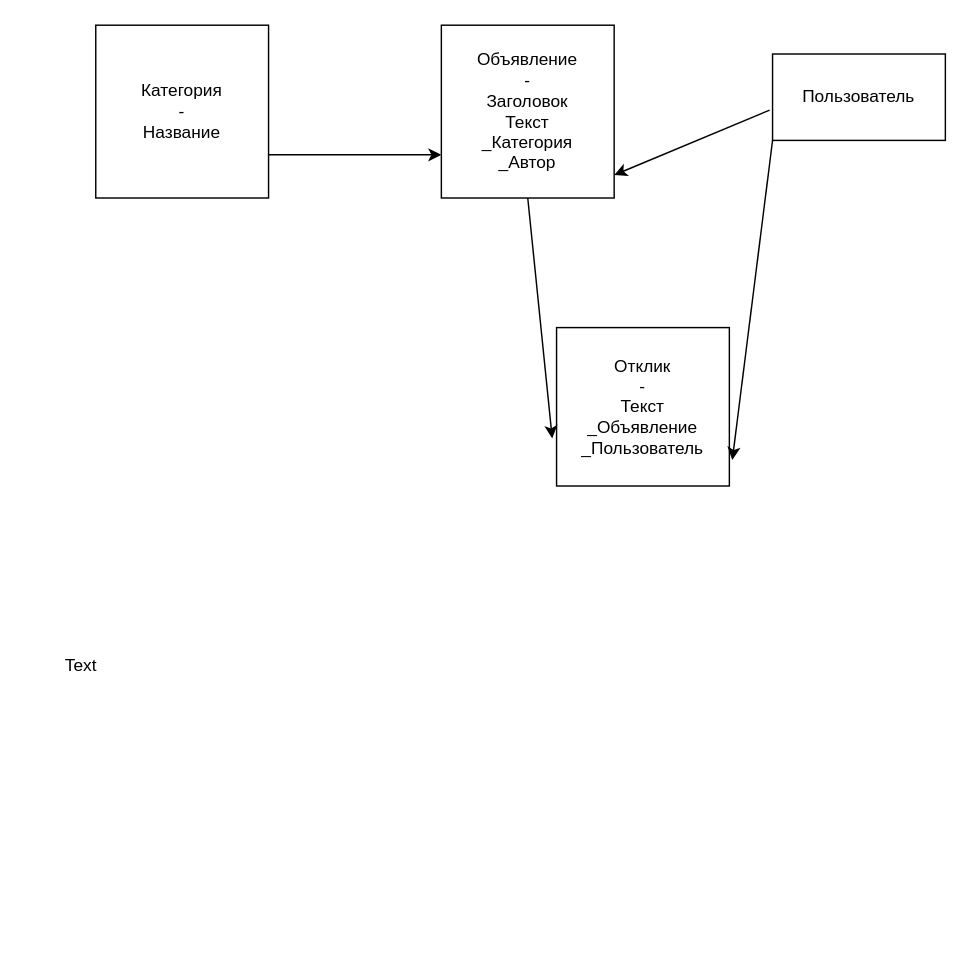
Above: SF_D_16_Callboard_Models.drawio in ctulhufromrlieh/SF_D_16_CallBoard (draw.io), before the change. Source tidied: cells renumbered, new cells numbered last; positions are measured from the earlier drawing's top-left corner, leaving out a move shared by most shapes. Both pictures are drawn from the tidied source at 144%, with x=0, y=0 at pixel (37, 24).
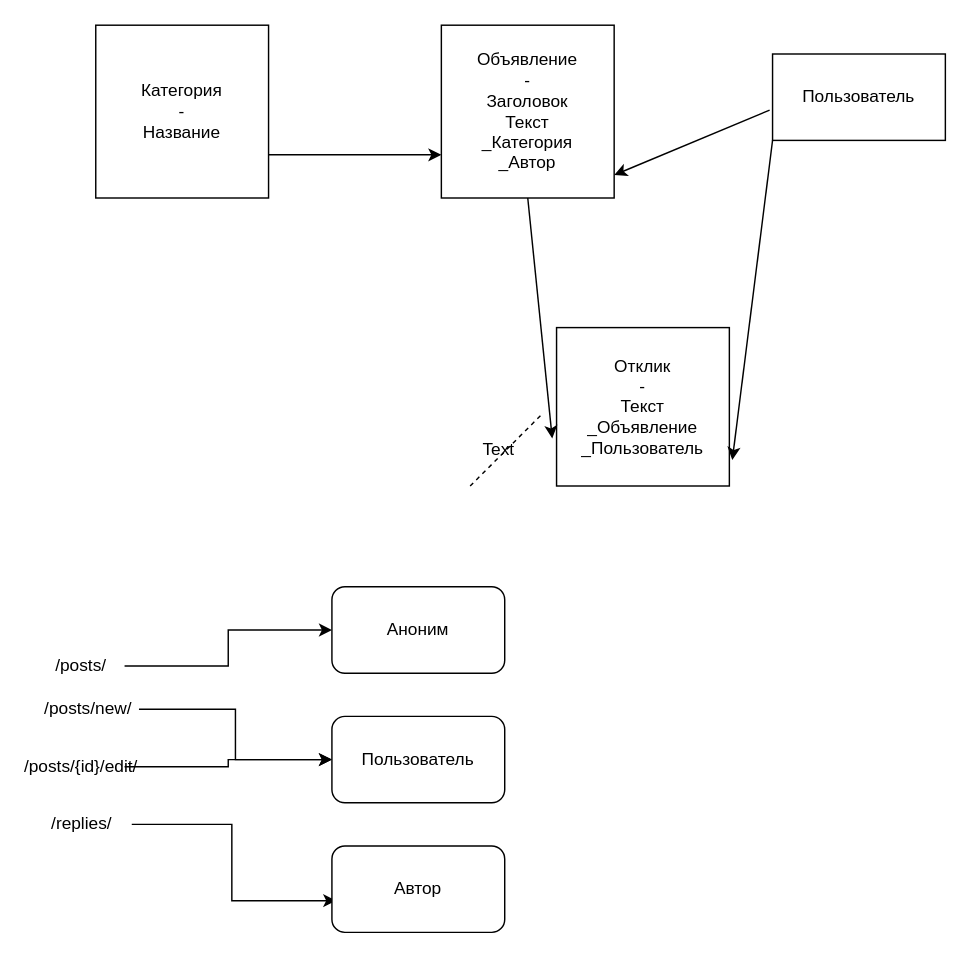
The same diagram, later.

Change to the diagram source:
```diff
@@
+    <mxCell id="11" style="edgeStyle=orthogonalEdgeStyle;rounded=0;jettySize=auto;html=1;entryX=0;entryY=0.5;entryDx=0;entryDy=0;" parent="1" edge="1" source="10" target="19">
+      <mxGeometry relative="1" as="geometry" />
+    </mxCell>
-    <mxCell id="10" value="Text" style="text;html=1;strokeColor=none;fillColor=none;align=center;verticalAlign=middle;whiteSpace=wrap;rounded=0;" parent="1" vertex="1">
+    <mxCell id="10" value="/posts/" style="text;html=1;strokeColor=none;fillColor=none;align=center;verticalAlign=middle;whiteSpace=wrap;rounded=0;" parent="1" vertex="1">
       <mxGeometry y="430" width="60" height="30" as="geometry" />
     </mxCell>
+    <mxCell id="12" value="Text" style="text;html=1;strokeColor=none;fillColor=none;align=center;verticalAlign=middle;whiteSpace=wrap;rounded=0;" parent="1" vertex="1">
+      <mxGeometry x="290" y="280" width="60" height="30" as="geometry" />
+    </mxCell>
+    <mxCell id="13" style="edgeStyle=orthogonalEdgeStyle;rounded=0;jettySize=auto;html=1;entryX=0.025;entryY=0.633;entryDx=0;entryDy=0;entryPerimeter=0;" parent="1" edge="1" source="14" target="21">
+      <mxGeometry relative="1" as="geometry" />
+    </mxCell>
+    <mxCell id="14" value="/replies/" style="text;html=1;align=center;verticalAlign=middle;points=[];strokeColor=none;fillColor=none;" parent="1" vertex="1">
+      <mxGeometry x="-5" y="540" width="70" height="30" as="geometry" />
+    </mxCell>
+    <mxCell id="15" style="edgeStyle=orthogonalEdgeStyle;rounded=0;jettySize=auto;html=1;entryX=0;entryY=0.5;entryDx=0;entryDy=0;" parent="1" edge="1" source="16" target="20">
+      <mxGeometry relative="1" as="geometry" />
+    </mxCell>
+    <mxCell id="16" value="/posts/new/" style="text;html=1;strokeColor=none;fillColor=none;align=center;verticalAlign=middle;whiteSpace=wrap;rounded=0;" parent="1" vertex="1">
+      <mxGeometry y="460" width="70" height="30" as="geometry" />
+    </mxCell>
+    <mxCell id="17" style="edgeStyle=orthogonalEdgeStyle;rounded=0;jettySize=auto;html=1;entryX=0;entryY=0.5;entryDx=0;entryDy=0;" parent="1" edge="1" source="18" target="20">
+      <mxGeometry relative="1" as="geometry" />
+    </mxCell>
+    <mxCell id="18" value="/posts/{id}/edit/" style="text;html=1;strokeColor=none;fillColor=none;align=center;verticalAlign=middle;whiteSpace=wrap;rounded=0;" parent="1" vertex="1">
+      <mxGeometry y="500" width="60" height="30" as="geometry" />
+    </mxCell>
+    <mxCell id="19" value="Аноним" style="rounded=1;whiteSpace=wrap;html=1;" parent="1" vertex="1">
+      <mxGeometry x="204" y="390" width="120" height="60" as="geometry" />
+    </mxCell>
+    <mxCell id="20" value="Пользователь" style="rounded=1;whiteSpace=wrap;html=1;" parent="1" vertex="1">
+      <mxGeometry x="204" y="480" width="120" height="60" as="geometry" />
+    </mxCell>
+    <mxCell id="21" value="Автор" style="rounded=1;whiteSpace=wrap;html=1;" parent="1" vertex="1">
+      <mxGeometry x="204" y="570" width="120" height="60" as="geometry" />
+    </mxCell>
+    <mxCell id="22" style="endArrow=none;dashed=1;html=1;rounded=0;" parent="1" edge="1">
+      <mxGeometry relative="1" as="geometry">
+        <mxPoint x="300" y="320" as="sourcePoint" />
+        <mxPoint x="350" y="270" as="targetPoint" />
+      </mxGeometry>
+    </mxCell>
```
